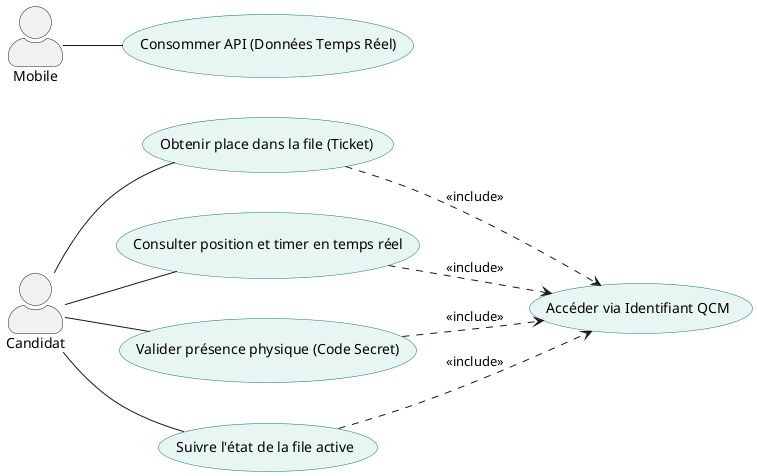
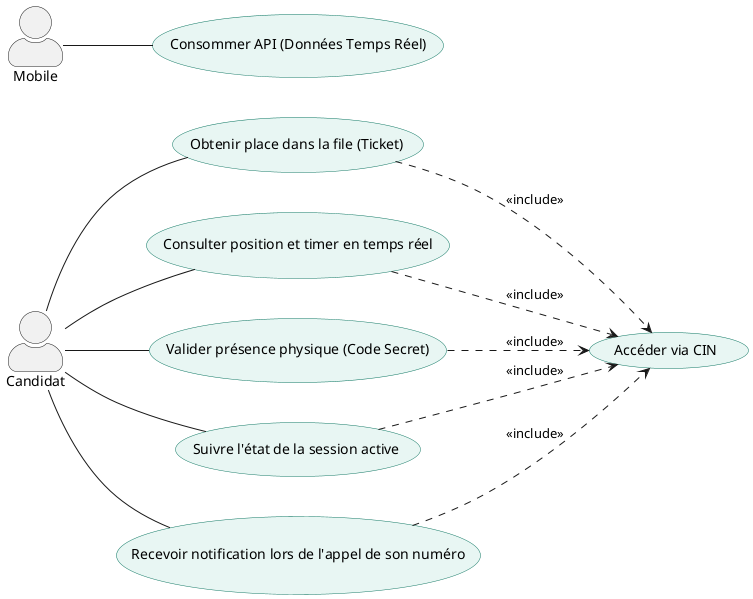
@startuml SoliQueue_UseCase_Candidat
left to right direction
skinparam actorStyle awesome
skinparam shadowing false

skinparam usecase {
    BackgroundColor #E8F6F3
    BorderColor #117864
}

skinparam nodesep 40
skinparam ranksep 50

' Acteurs
actor "Candidat" as C
actor "Mobile" as Mob

'=====================
' Candidat Use Cases (Mobile)
'=====================

usecase "Obtenir place dans la file (Ticket)" as UC1
usecase "Consulter position et timer en temps réel" as UC2
usecase "Valider présence physique (Code Secret)" as UC4
- usecase "Suivre l'état de la file active" as UC16
+ usecase "Suivre l'état de la session active" as UC16
+ usecase "Recevoir notification lors de l'appel de son numéro" as UC17

'=====================
' Mobile API
'=====================

usecase "Consommer API (Données Temps Réel)" as API

'=====================
' Authentification / Accès
'=====================

- usecase "Accéder via Identifiant QCM" as Auth
+ usecase "Accéder via CIN" as Auth

'=====================
' Relations Candidat
'=====================

C -- UC1
C -- UC2
C -- UC4
C -- UC16
+ C -- UC17

'=====================
' Relations Mobile
'=====================

Mob -- API

'=====================
' Authentification includes
'=====================

UC1 ..> Auth : <<include>>
UC2 ..> Auth : <<include>>
UC4 ..> Auth : <<include>>
UC16 ..> Auth : <<include>>
+ UC17 ..> Auth : <<include>>

@enduml